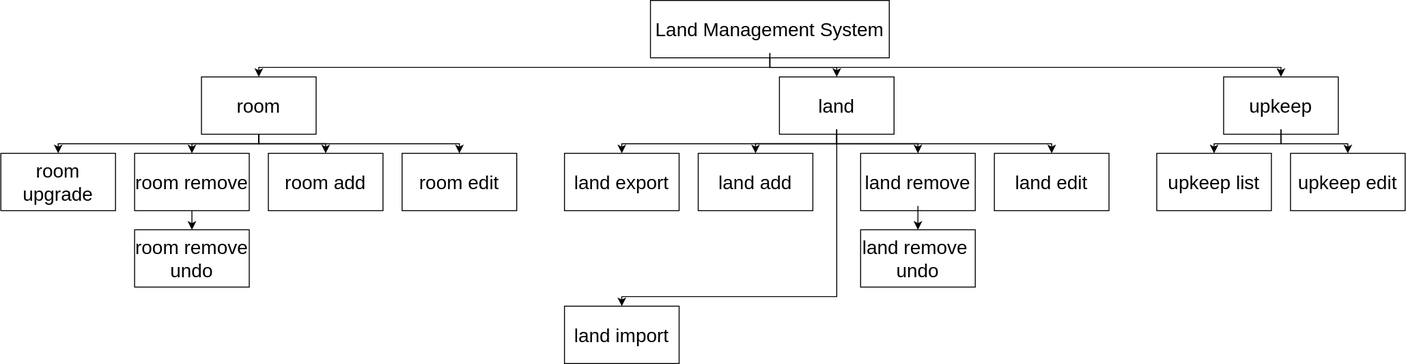
Before: Design Files/Alias Hiearchy.svg, a diagram exported from draw.io (SethHartman13/Housing-Management-System). Source tidied: cells renumbered, new cells last; positions are measured from the earlier drawing's top-left corner, leaving out a move shared by most shapes.
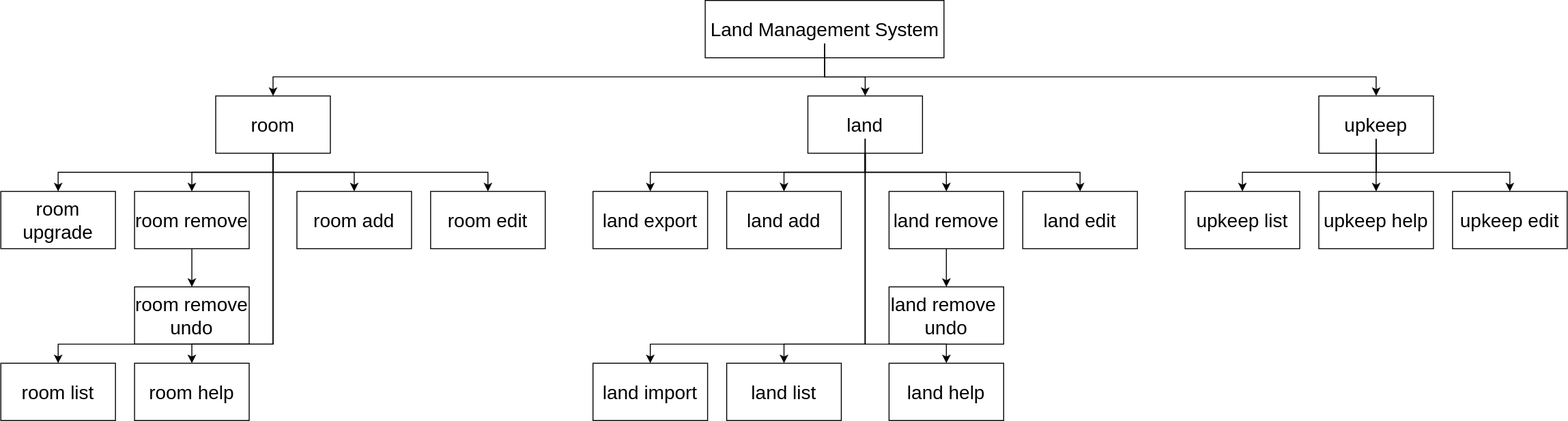
Later version of the same file.

Diff of the diagram source:
```diff
@@ -3,215 +3,278 @@
     <mxCell id="0" />
     <mxCell id="1" parent="0" />
     <mxCell id="2" value="&lt;font style=&quot;font-size: 20px;&quot;&gt;Land Management System&lt;/font&gt;" style="rounded=0;whiteSpace=wrap;html=1;" parent="1" vertex="1">
-      <mxGeometry x="680" width="250" height="60" as="geometry" />
+      <mxGeometry x="757.5" y="20" width="250" height="60" as="geometry" />
     </mxCell>
     <mxCell id="3" value="&lt;font style=&quot;font-size: 20px;&quot;&gt;land&lt;/font&gt;" style="rounded=0;whiteSpace=wrap;html=1;" parent="1" vertex="1">
-      <mxGeometry x="815" y="80" width="120" height="60" as="geometry" />
+      <mxGeometry x="865" y="120" width="120" height="60" as="geometry" />
     </mxCell>
     <mxCell id="4" value="&lt;font style=&quot;font-size: 20px;&quot;&gt;upkeep&lt;/font&gt;" style="rounded=0;whiteSpace=wrap;html=1;" parent="1" vertex="1">
-      <mxGeometry x="1280" y="80" width="120" height="60" as="geometry" />
+      <mxGeometry x="1400" y="120" width="120" height="60" as="geometry" />
     </mxCell>
     <mxCell id="5" value="&lt;font style=&quot;font-size: 20px;&quot;&gt;upkeep edit&lt;/font&gt;" style="rounded=0;whiteSpace=wrap;html=1;" parent="1" vertex="1">
-      <mxGeometry x="1350" y="160" width="120" height="60" as="geometry" />
+      <mxGeometry x="1540" y="220" width="120" height="60" as="geometry" />
     </mxCell>
     <mxCell id="6" style="endArrow=classic;html=1;rounded=0;noEdgeStyle=1;orthogonal=1;edgeStyle=orthogonalEdgeStyle;" parent="1" edge="1" source="4" target="5">
       <mxGeometry relative="1" as="geometry">
         <Array as="points">
-          <mxPoint x="1340" y="135" />
-          <mxPoint x="1340" y="150" />
-          <mxPoint x="1410" y="150" />
-          <mxPoint x="1410" y="155" />
+          <mxPoint x="1460" y="165" />
+          <mxPoint x="1460" y="200" />
+          <mxPoint x="1600" y="200" />
+          <mxPoint x="1600" y="205" />
         </Array>
       </mxGeometry>
     </mxCell>
     <mxCell id="7" style="endArrow=classic;html=1;rounded=0;noEdgeStyle=1;orthogonal=1;edgeStyle=orthogonalEdgeStyle;" parent="1" edge="1" source="2" target="4">
       <mxGeometry relative="1" as="geometry">
         <Array as="points">
-          <mxPoint x="805" y="55" />
-          <mxPoint x="805" y="70" />
-          <mxPoint x="875" y="70" />
-          <mxPoint x="1340" y="70" />
-          <mxPoint x="1340" y="75" />
+          <mxPoint x="882.5" y="65" />
+          <mxPoint x="882.5" y="100" />
+          <mxPoint x="925" y="100" />
+          <mxPoint x="1460" y="100" />
+          <mxPoint x="1460" y="105" />
         </Array>
       </mxGeometry>
     </mxCell>
     <mxCell id="8" style="endArrow=classic;html=1;rounded=0;noEdgeStyle=1;orthogonal=1;edgeStyle=orthogonalEdgeStyle;" parent="1" edge="1" source="2" target="3">
       <mxGeometry relative="1" as="geometry">
         <Array as="points">
-          <mxPoint x="805" y="55" />
-          <mxPoint x="805" y="70" />
-          <mxPoint x="875" y="70" />
-          <mxPoint x="875" y="75" />
+          <mxPoint x="882.5" y="65" />
+          <mxPoint x="882.5" y="100" />
+          <mxPoint x="925" y="100" />
+          <mxPoint x="925" y="105" />
         </Array>
       </mxGeometry>
     </mxCell>
     <mxCell id="9" value="&lt;font style=&quot;font-size: 20px;&quot;&gt;land export&lt;/font&gt;" style="rounded=0;whiteSpace=wrap;html=1;" parent="1" vertex="1">
-      <mxGeometry x="590" y="160" width="120" height="60" as="geometry" />
+      <mxGeometry x="640" y="220" width="120" height="60" as="geometry" />
     </mxCell>
     <mxCell id="10" style="endArrow=classic;html=1;rounded=0;noEdgeStyle=1;orthogonal=1;edgeStyle=orthogonalEdgeStyle;" parent="1" edge="1" source="3" target="9">
       <mxGeometry relative="1" as="geometry">
         <Array as="points">
-          <mxPoint x="875" y="135" />
-          <mxPoint x="875" y="150" />
-          <mxPoint x="650" y="150" />
-          <mxPoint x="650" y="155" />
+          <mxPoint x="925" y="165" />
+          <mxPoint x="925" y="200" />
+          <mxPoint x="700" y="200" />
+          <mxPoint x="700" y="205" />
         </Array>
       </mxGeometry>
     </mxCell>
     <mxCell id="11" style="endArrow=classic;html=1;rounded=0;noEdgeStyle=1;orthogonal=1;edgeStyle=orthogonalEdgeStyle;" parent="1" edge="1" source="3" target="12">
       <mxGeometry relative="1" as="geometry">
         <Array as="points">
-          <mxPoint x="875" y="135" />
-          <mxPoint x="875" y="150" />
-          <mxPoint x="790" y="150" />
-          <mxPoint x="790" y="155" />
+          <mxPoint x="925" y="165" />
+          <mxPoint x="925" y="200" />
+          <mxPoint x="840" y="200" />
+          <mxPoint x="840" y="205" />
         </Array>
       </mxGeometry>
     </mxCell>
     <mxCell id="12" value="&lt;font style=&quot;font-size: 20px;&quot;&gt;land add&lt;/font&gt;" style="rounded=0;whiteSpace=wrap;html=1;" parent="1" vertex="1">
-      <mxGeometry x="730" y="160" width="120" height="60" as="geometry" />
+      <mxGeometry x="780" y="220" width="120" height="60" as="geometry" />
     </mxCell>
     <mxCell id="13" value="&lt;font style=&quot;font-size: 20px;&quot;&gt;land remove&lt;/font&gt;" style="rounded=0;whiteSpace=wrap;html=1;" parent="1" vertex="1">
-      <mxGeometry x="900" y="160" width="120" height="60" as="geometry" />
+      <mxGeometry x="950" y="220" width="120" height="60" as="geometry" />
     </mxCell>
     <mxCell id="14" style="endArrow=classic;html=1;rounded=0;noEdgeStyle=1;orthogonal=1;edgeStyle=orthogonalEdgeStyle;" parent="1" edge="1" source="3" target="13">
       <mxGeometry relative="1" as="geometry">
         <Array as="points">
-          <mxPoint x="875" y="135" />
-          <mxPoint x="875" y="150" />
-          <mxPoint x="960" y="150" />
-          <mxPoint x="960" y="155" />
+          <mxPoint x="925" y="165" />
+          <mxPoint x="925" y="200" />
+          <mxPoint x="1010" y="200" />
+          <mxPoint x="1010" y="205" />
         </Array>
       </mxGeometry>
     </mxCell>
     <mxCell id="15" value="&lt;font style=&quot;font-size: 20px;&quot;&gt;upkeep list&lt;/font&gt;" style="rounded=0;whiteSpace=wrap;html=1;" parent="1" vertex="1">
-      <mxGeometry x="1210" y="160" width="120" height="60" as="geometry" />
+      <mxGeometry x="1260" y="220" width="120" height="60" as="geometry" />
     </mxCell>
     <mxCell id="16" style="endArrow=classic;html=1;rounded=0;noEdgeStyle=1;orthogonal=1;edgeStyle=orthogonalEdgeStyle;" parent="1" edge="1" source="4" target="15">
       <mxGeometry relative="1" as="geometry">
         <Array as="points">
-          <mxPoint x="1340" y="135" />
-          <mxPoint x="1340" y="150" />
-          <mxPoint x="1270" y="150" />
-          <mxPoint x="1270" y="155" />
+          <mxPoint x="1460" y="165" />
+          <mxPoint x="1460" y="200" />
+          <mxPoint x="1320" y="200" />
+          <mxPoint x="1320" y="205" />
         </Array>
       </mxGeometry>
     </mxCell>
     <mxCell id="17" value="&lt;font style=&quot;font-size: 20px;&quot;&gt;land remove&amp;nbsp; undo&lt;/font&gt;" style="rounded=0;whiteSpace=wrap;html=1;" parent="1" vertex="1">
-      <mxGeometry x="900" y="240" width="120" height="60" as="geometry" />
+      <mxGeometry x="950" y="320" width="120" height="60" as="geometry" />
     </mxCell>
-    <mxCell id="18" style="endArrow=classic;html=1;rounded=0;noEdgeStyle=1;orthogonal=1;edgeStyle=orthogonalEdgeStyle;" parent="1" edge="1" source="13" target="17">
-      <mxGeometry relative="1" as="geometry">
-        <Array as="points">
-          <mxPoint x="960" y="215" />
-          <mxPoint x="960" y="235" />
-        </Array>
-      </mxGeometry>
-    </mxCell>
     <mxCell id="19" value="&lt;font style=&quot;font-size: 20px;&quot;&gt;room&lt;/font&gt;" style="rounded=0;whiteSpace=wrap;html=1;" parent="1" vertex="1">
-      <mxGeometry x="210" y="80" width="120" height="60" as="geometry" />
+      <mxGeometry x="245" y="120" width="120" height="60" as="geometry" />
     </mxCell>
     <mxCell id="20" value="&lt;font style=&quot;font-size: 20px;&quot;&gt;room upgrade&lt;/font&gt;" style="rounded=0;whiteSpace=wrap;html=1;" parent="1" vertex="1">
-      <mxGeometry y="160" width="120" height="60" as="geometry" />
+      <mxGeometry x="20" y="220" width="120" height="60" as="geometry" />
     </mxCell>
     <mxCell id="21" value="&lt;font style=&quot;font-size: 20px;&quot;&gt;room remove&lt;/font&gt;" style="rounded=0;whiteSpace=wrap;html=1;" parent="1" vertex="1">
-      <mxGeometry x="140" y="160" width="120" height="60" as="geometry" />
+      <mxGeometry x="160" y="220" width="120" height="60" as="geometry" />
     </mxCell>
     <mxCell id="22" value="&lt;font style=&quot;font-size: 20px;&quot;&gt;room add&lt;/font&gt;" style="rounded=0;whiteSpace=wrap;html=1;" parent="1" vertex="1">
-      <mxGeometry x="280" y="160" width="120" height="60" as="geometry" />
+      <mxGeometry x="330" y="220" width="120" height="60" as="geometry" />
     </mxCell>
     <mxCell id="23" style="endArrow=classic;html=1;rounded=0;edgeStyle=orthogonalEdgeStyle;" parent="1" edge="1" source="19" target="20">
       <mxGeometry relative="1" as="geometry">
         <Array as="points">
-          <mxPoint x="270" y="135" />
-          <mxPoint x="270" y="150" />
-          <mxPoint x="60" y="150" />
-          <mxPoint x="60" y="155" />
+          <mxPoint x="305" y="165" />
+          <mxPoint x="305" y="200" />
+          <mxPoint x="80" y="200" />
+          <mxPoint x="80" y="205" />
         </Array>
       </mxGeometry>
     </mxCell>
     <mxCell id="24" style="endArrow=classic;html=1;rounded=0;edgeStyle=orthogonalEdgeStyle;" parent="1" edge="1" source="2" target="19">
       <mxGeometry relative="1" as="geometry">
         <Array as="points">
-          <mxPoint x="805" y="55" />
-          <mxPoint x="805" y="70" />
-          <mxPoint x="270" y="70" />
-          <mxPoint x="270" y="75" />
+          <mxPoint x="882.5" y="65" />
+          <mxPoint x="882.5" y="100" />
+          <mxPoint x="305" y="100" />
+          <mxPoint x="305" y="105" />
         </Array>
       </mxGeometry>
     </mxCell>
     <mxCell id="25" style="endArrow=classic;html=1;rounded=0;edgeStyle=orthogonalEdgeStyle;" parent="1" edge="1" source="19" target="21">
       <mxGeometry relative="1" as="geometry">
         <Array as="points">
-          <mxPoint x="270" y="135" />
-          <mxPoint x="270" y="150" />
-          <mxPoint x="200" y="150" />
-          <mxPoint x="200" y="155" />
+          <mxPoint x="305" y="165" />
+          <mxPoint x="305" y="200" />
+          <mxPoint x="220" y="200" />
+          <mxPoint x="220" y="205" />
         </Array>
       </mxGeometry>
     </mxCell>
     <mxCell id="26" style="endArrow=classic;html=1;rounded=0;edgeStyle=orthogonalEdgeStyle;" parent="1" edge="1" source="19" target="22">
       <mxGeometry relative="1" as="geometry">
         <Array as="points">
-          <mxPoint x="270" y="135" />
-          <mxPoint x="270" y="150" />
-          <mxPoint x="340" y="150" />
-          <mxPoint x="340" y="155" />
+          <mxPoint x="305" y="165" />
+          <mxPoint x="305" y="200" />
+          <mxPoint x="390" y="200" />
+          <mxPoint x="390" y="205" />
         </Array>
       </mxGeometry>
     </mxCell>
     <mxCell id="27" value="&lt;font style=&quot;font-size: 20px;&quot;&gt;room remove undo&lt;/font&gt;" style="rounded=0;whiteSpace=wrap;html=1;" parent="1" vertex="1">
-      <mxGeometry x="140" y="240" width="120" height="60" as="geometry" />
+      <mxGeometry x="160" y="320" width="120" height="60" as="geometry" />
     </mxCell>
     <mxCell id="28" style="endArrow=classic;html=1;rounded=0;edgeStyle=orthogonalEdgeStyle;" parent="1" edge="1" source="21" target="27">
       <mxGeometry relative="1" as="geometry">
         <Array as="points">
-          <mxPoint x="200" y="215" />
-          <mxPoint x="200" y="235" />
+          <mxPoint x="220" y="265" />
+          <mxPoint x="220" y="305" />
         </Array>
       </mxGeometry>
     </mxCell>
     <mxCell id="29" value="&lt;font style=&quot;font-size: 20px;&quot;&gt;land edit&lt;/font&gt;" style="rounded=0;whiteSpace=wrap;html=1;" parent="1" vertex="1">
-      <mxGeometry x="1040" y="160" width="120" height="60" as="geometry" />
+      <mxGeometry x="1090" y="220" width="120" height="60" as="geometry" />
     </mxCell>
     <mxCell id="30" style="endArrow=classic;html=1;rounded=0;edgeStyle=orthogonalEdgeStyle;" parent="1" edge="1" source="3" target="29">
       <mxGeometry relative="1" as="geometry">
         <Array as="points">
-          <mxPoint x="875" y="135" />
-          <mxPoint x="875" y="150" />
-          <mxPoint x="960" y="150" />
-          <mxPoint x="1100" y="150" />
-          <mxPoint x="1100" y="155" />
+          <mxPoint x="925" y="165" />
+          <mxPoint x="925" y="200" />
+          <mxPoint x="1010" y="200" />
+          <mxPoint x="1150" y="200" />
+          <mxPoint x="1150" y="205" />
         </Array>
       </mxGeometry>
     </mxCell>
     <mxCell id="31" value="&lt;font style=&quot;font-size: 20px;&quot;&gt;room edit&lt;/font&gt;" style="rounded=0;whiteSpace=wrap;html=1;" parent="1" vertex="1">
-      <mxGeometry x="420" y="160" width="120" height="60" as="geometry" />
+      <mxGeometry x="470" y="220" width="120" height="60" as="geometry" />
     </mxCell>
     <mxCell id="32" style="endArrow=classic;html=1;rounded=0;edgeStyle=orthogonalEdgeStyle;" parent="1" edge="1" source="19" target="31">
       <mxGeometry relative="1" as="geometry">
         <Array as="points">
-          <mxPoint x="270" y="135" />
-          <mxPoint x="270" y="150" />
-          <mxPoint x="340" y="150" />
-          <mxPoint x="480" y="150" />
-          <mxPoint x="480" y="155" />
+          <mxPoint x="305" y="165" />
+          <mxPoint x="305" y="200" />
+          <mxPoint x="390" y="200" />
+          <mxPoint x="530" y="200" />
+          <mxPoint x="530" y="205" />
         </Array>
       </mxGeometry>
     </mxCell>
     <mxCell id="33" value="&lt;font style=&quot;font-size: 20px;&quot;&gt;land import&lt;/font&gt;" style="rounded=0;whiteSpace=wrap;html=1;" parent="1" vertex="1">
-      <mxGeometry x="590" y="320" width="120" height="60" as="geometry" />
+      <mxGeometry x="640" y="400" width="120" height="60" as="geometry" />
     </mxCell>
     <mxCell id="34" style="endArrow=classic;html=1;rounded=0;edgeStyle=orthogonalEdgeStyle;" parent="1" edge="1" source="3" target="33">
       <mxGeometry relative="1" as="geometry">
         <Array as="points">
-          <mxPoint x="875" y="135" />
-          <mxPoint x="875" y="150" />
-          <mxPoint x="875" y="310" />
-          <mxPoint x="650" y="310" />
-          <mxPoint x="650" y="315" />
+          <mxPoint x="925" y="165" />
+          <mxPoint x="925" y="200" />
+          <mxPoint x="925" y="380" />
+          <mxPoint x="700" y="380" />
+          <mxPoint x="700" y="385" />
         </Array>
       </mxGeometry>
     </mxCell>
+    <mxCell id="35" value="&lt;font style=&quot;font-size: 20px;&quot;&gt;land list&lt;/font&gt;" style="rounded=0;whiteSpace=wrap;html=1;" parent="1" vertex="1">
+      <mxGeometry x="780" y="400" width="120" height="60" as="geometry" />
+    </mxCell>
+    <mxCell id="36" value="&lt;font style=&quot;font-size: 20px;&quot;&gt;land help&lt;/font&gt;" style="rounded=0;whiteSpace=wrap;html=1;" parent="1" vertex="1">
+      <mxGeometry x="950" y="400" width="120" height="60" as="geometry" />
+    </mxCell>
+    <mxCell id="37" style="endArrow=classic;html=1;rounded=0;edgeStyle=orthogonalEdgeStyle;" parent="1" edge="1" source="3" target="36">
+      <mxGeometry relative="1" as="geometry">
+        <Array as="points">
+          <mxPoint x="925" y="165" />
+          <mxPoint x="925" y="200" />
+          <mxPoint x="925" y="380" />
+          <mxPoint x="1010" y="380" />
+          <mxPoint x="1010" y="385" />
+        </Array>
+      </mxGeometry>
+    </mxCell>
+    <mxCell id="38" style="endArrow=classic;html=1;rounded=0;edgeStyle=orthogonalEdgeStyle;" parent="1" edge="1" source="3" target="35">
+      <mxGeometry relative="1" as="geometry">
+        <Array as="points">
+          <mxPoint x="925" y="165" />
+          <mxPoint x="925" y="200" />
+          <mxPoint x="925" y="380" />
+          <mxPoint x="840" y="380" />
+          <mxPoint x="840" y="385" />
+        </Array>
+      </mxGeometry>
+    </mxCell>
+    <mxCell id="39" style="endArrow=classic;html=1;rounded=0;edgeStyle=orthogonalEdgeStyle;" parent="1" edge="1" source="19" target="41">
+      <mxGeometry relative="1" as="geometry">
+        <Array as="points">
+          <mxPoint x="305" y="165" />
+          <mxPoint x="305" y="200" />
+          <mxPoint x="305" y="380" />
+          <mxPoint x="220" y="380" />
+          <mxPoint x="220" y="385" />
+        </Array>
+      </mxGeometry>
+    </mxCell>
+    <mxCell id="40" value="&lt;font style=&quot;font-size: 20px;&quot;&gt;room list&lt;/font&gt;" style="rounded=0;whiteSpace=wrap;html=1;" parent="1" vertex="1">
+      <mxGeometry x="20" y="400" width="120" height="60" as="geometry" />
+    </mxCell>
+    <mxCell id="41" value="&lt;font style=&quot;font-size: 20px;&quot;&gt;room help&lt;/font&gt;" style="rounded=0;whiteSpace=wrap;html=1;" parent="1" vertex="1">
+      <mxGeometry x="160" y="400" width="120" height="60" as="geometry" />
+    </mxCell>
+    <mxCell id="42" style="endArrow=classic;html=1;rounded=0;edgeStyle=orthogonalEdgeStyle;" parent="1" edge="1" source="19" target="40">
+      <mxGeometry relative="1" as="geometry">
+        <Array as="points">
+          <mxPoint x="305" y="165" />
+          <mxPoint x="305" y="200" />
+          <mxPoint x="305" y="380" />
+          <mxPoint x="80" y="380" />
+          <mxPoint x="80" y="385" />
+        </Array>
+      </mxGeometry>
+    </mxCell>
+    <mxCell id="43" value="&lt;font style=&quot;font-size: 20px;&quot;&gt;upkeep help&lt;/font&gt;" style="rounded=0;whiteSpace=wrap;html=1;" parent="1" vertex="1">
+      <mxGeometry x="1400" y="220" width="120" height="60" as="geometry" />
+    </mxCell>
+    <mxCell id="44" style="endArrow=classic;html=1;rounded=0;edgeStyle=orthogonalEdgeStyle;" parent="1" edge="1" source="4" target="43">
+      <mxGeometry relative="1" as="geometry">
+        <Array as="points">
+          <mxPoint x="1460" y="165" />
+          <mxPoint x="1460" y="200" />
+          <mxPoint x="1460" y="205" />
+        </Array>
+      </mxGeometry>
+    </mxCell>
+    <mxCell id="18" style="endArrow=classic;html=1;rounded=0;" parent="1" edge="1" source="13" target="17">
+      <mxGeometry relative="1" as="geometry" />
+    </mxCell>
   </root>
 </mxGraphModel>
```
